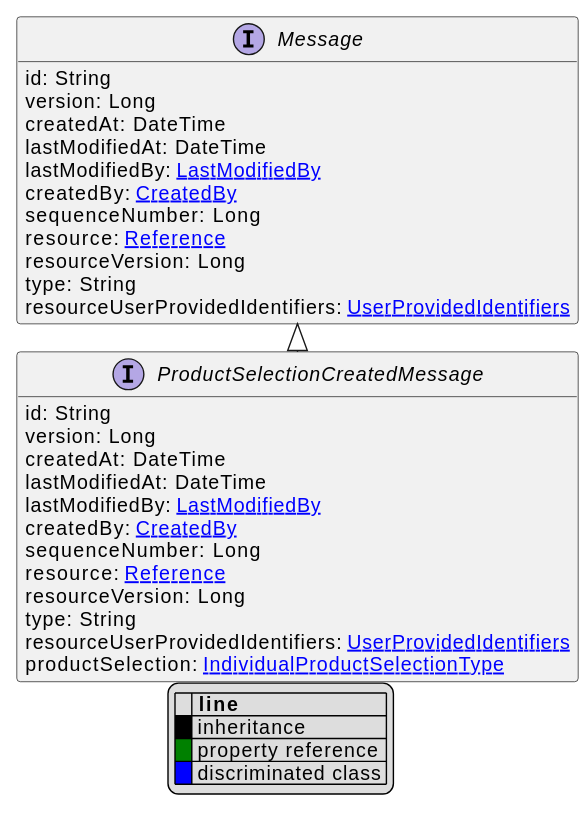
commercetools/commercetools-api-reference keeps this PlantUML diagram as uml/api/svg/ProductSelectionCreatedMessage.svg. Above is the earlier version. The source it was exported from:
```plantuml
@startuml
!pragma layout elk
hide empty fields
hide empty methods
legend
|= |= line |
|<back:black>   </back>| inheritance |
|<back:green>   </back>| property reference |
|<back:blue>   </back>| discriminated class |
endlegend
interface ProductSelectionCreatedMessage [[ProductSelectionCreatedMessage.svg]] extends Message {
    id: String
    version: Long
    createdAt: DateTime
    lastModifiedAt: DateTime
    lastModifiedBy: [[LastModifiedBy.svg LastModifiedBy]]
    createdBy: [[CreatedBy.svg CreatedBy]]
    sequenceNumber: Long
    resource: [[Reference.svg Reference]]
    resourceVersion: Long
    type: String
    resourceUserProvidedIdentifiers: [[UserProvidedIdentifiers.svg UserProvidedIdentifiers]]
    productSelection: [[IndividualProductSelectionType.svg IndividualProductSelectionType]]
}
interface Message [[Message.svg]]  {
    id: String
    version: Long
    createdAt: DateTime
    lastModifiedAt: DateTime
    lastModifiedBy: [[LastModifiedBy.svg LastModifiedBy]]
    createdBy: [[CreatedBy.svg CreatedBy]]
    sequenceNumber: Long
    resource: [[Reference.svg Reference]]
    resourceVersion: Long
    type: String
    resourceUserProvidedIdentifiers: [[UserProvidedIdentifiers.svg UserProvidedIdentifiers]]
}





@enduml
```
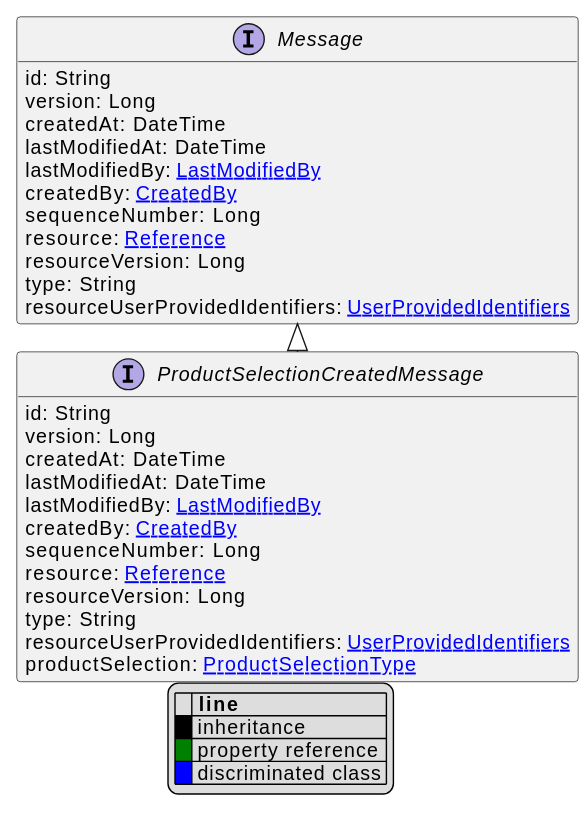
The same file after the commit.

What changed in the source:
```diff
@@ -20,7 +20,7 @@
     resourceVersion: Long
     type: String
     resourceUserProvidedIdentifiers: [[UserProvidedIdentifiers.svg UserProvidedIdentifiers]]
-    productSelection: [[IndividualProductSelectionType.svg IndividualProductSelectionType]]
+    productSelection: [[ProductSelectionType.svg ProductSelectionType]]
 }
 interface Message [[Message.svg]]  {
     id: String
```
